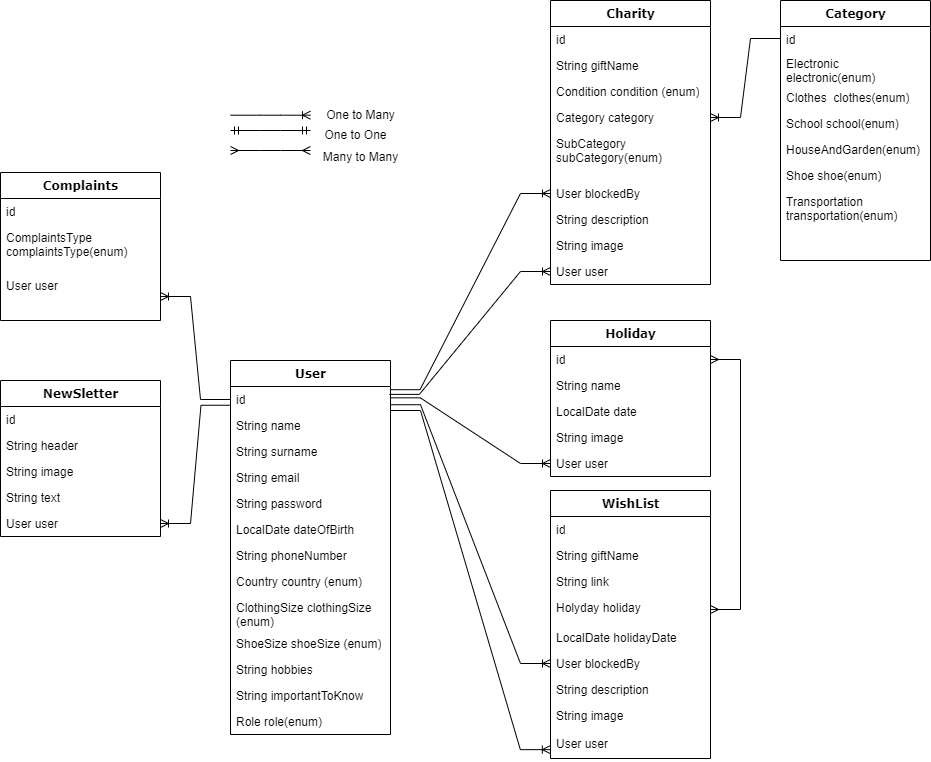
The draw.io diagram src/main/java/table/diagramm/Table diagramm-2.drawioT.png in peaksoft-school/giftlist-m2, before a commit. Source tidied: cells renumbered, new cells last; positions are measured from the earlier drawing's top-left corner, leaving out a move shared by most shapes.
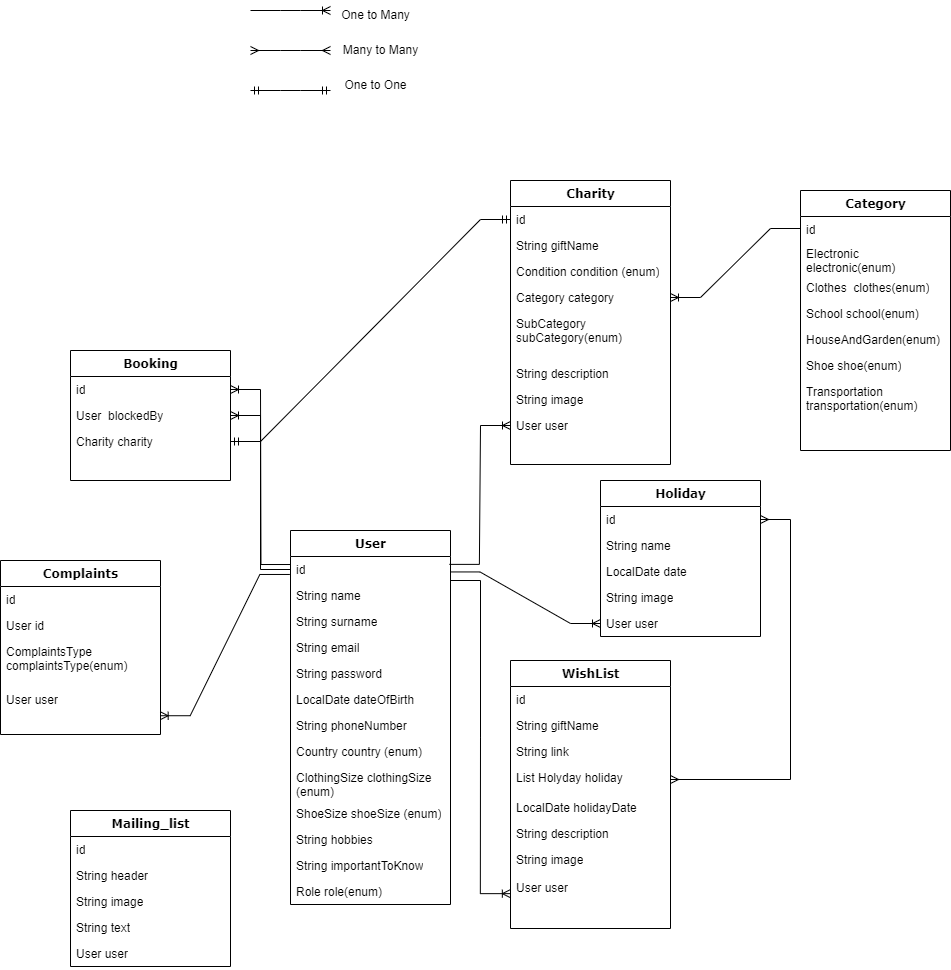
Later version of the same file.

Commit message:
change Table diagramm4

The edit, as a diff of the source:
```diff
@@ -45,7 +45,7 @@
       <mxGeometry y="348" width="160" height="26" as="geometry" />
     </mxCell>
     <mxCell id="16" value="Holiday" style="swimlane;html=1;fontStyle=1;align=center;verticalAlign=top;horizontal=1;startSize=26;swimlaneFillColor=#ffffff;rounded=0;shadow=0;comic=0;labelBackgroundColor=none;strokeWidth=1;fillColor=none;fontFamily=Verdana;fontSize=12;" parent="1" vertex="1">
-      <mxGeometry x="550" y="320" width="160" height="156" as="geometry" />
+      <mxGeometry x="540" y="310" width="160" height="156" as="geometry" />
     </mxCell>
     <mxCell id="17" value="id" style="text;html=1;strokeColor=none;fillColor=none;align=left;verticalAlign=top;spacingLeft=4;spacingRight=4;whiteSpace=wrap;overflow=hidden;points=[[0,0.5],[1,0.5]];portConstraint=eastwest;" parent="16" vertex="1">
       <mxGeometry y="26" width="160" height="26" as="geometry" />
@@ -63,7 +63,7 @@
       <mxGeometry y="130" width="160" height="26" as="geometry" />
     </mxCell>
     <mxCell id="22" value="WishList" style="swimlane;html=1;fontStyle=1;align=center;verticalAlign=top;horizontal=1;startSize=26;swimlaneFillColor=#ffffff;rounded=0;shadow=0;comic=0;labelBackgroundColor=none;strokeWidth=1;fillColor=none;fontFamily=Verdana;fontSize=12;" parent="1" vertex="1">
-      <mxGeometry x="550" y="490" width="160" height="268" as="geometry" />
+      <mxGeometry x="450" y="490" width="160" height="268" as="geometry" />
     </mxCell>
     <mxCell id="23" value="id" style="text;html=1;strokeColor=none;fillColor=none;align=left;verticalAlign=top;spacingLeft=4;spacingRight=4;whiteSpace=wrap;overflow=hidden;" parent="22" vertex="1">
       <mxGeometry y="26" width="160" height="26" as="geometry" />
@@ -74,26 +74,23 @@
     <mxCell id="25" value="String link" style="text;html=1;strokeColor=none;fillColor=none;align=left;verticalAlign=top;spacingLeft=4;spacingRight=4;whiteSpace=wrap;overflow=hidden;" parent="22" vertex="1">
       <mxGeometry y="78" width="160" height="26" as="geometry" />
     </mxCell>
-    <mxCell id="26" value="Holyday holiday" style="text;html=1;strokeColor=none;fillColor=none;align=left;verticalAlign=top;spacingLeft=4;spacingRight=4;whiteSpace=wrap;overflow=hidden;points=[[0,0.5],[1,0.5]];portConstraint=eastwest;" parent="22" vertex="1">
+    <mxCell id="26" value="List Holyday holiday" style="text;html=1;strokeColor=none;fillColor=none;align=left;verticalAlign=top;spacingLeft=4;spacingRight=4;whiteSpace=wrap;overflow=hidden;points=[[0,0.5],[1,0.5]];portConstraint=eastwest;" parent="22" vertex="1">
       <mxGeometry y="104" width="160" height="30" as="geometry" />
     </mxCell>
     <mxCell id="27" value="LocalDate holidayDate" style="text;html=1;strokeColor=none;fillColor=none;align=left;verticalAlign=top;spacingLeft=4;spacingRight=4;whiteSpace=wrap;overflow=hidden;" parent="22" vertex="1">
       <mxGeometry y="134" width="160" height="26" as="geometry" />
     </mxCell>
-    <mxCell id="28" value="User blockedBy" style="text;html=1;strokeColor=none;fillColor=none;align=left;verticalAlign=top;spacingLeft=4;spacingRight=4;whiteSpace=wrap;overflow=hidden;points=[[0,0.5],[1,0.5]];portConstraint=eastwest;" parent="22" vertex="1">
-      <mxGeometry y="160" width="160" height="26" as="geometry" />
-    </mxCell>
     <mxCell id="29" value="String description" style="text;html=1;strokeColor=none;fillColor=none;align=left;verticalAlign=top;spacingLeft=4;spacingRight=4;whiteSpace=wrap;overflow=hidden;" parent="22" vertex="1">
-      <mxGeometry y="186" width="160" height="26" as="geometry" />
+      <mxGeometry y="160" width="160" height="26" as="geometry" />
     </mxCell>
     <mxCell id="30" value="String image" style="text;html=1;strokeColor=none;fillColor=none;align=left;verticalAlign=top;spacingLeft=4;spacingRight=4;whiteSpace=wrap;overflow=hidden;" parent="22" vertex="1">
-      <mxGeometry y="212" width="160" height="28" as="geometry" />
+      <mxGeometry y="186" width="160" height="28" as="geometry" />
     </mxCell>
     <mxCell id="31" value="User user" style="text;html=1;strokeColor=none;fillColor=none;align=left;verticalAlign=top;spacingLeft=4;spacingRight=4;whiteSpace=wrap;overflow=hidden;points=[[0,0.5],[1,0.5]];portConstraint=eastwest;" parent="22" vertex="1">
-      <mxGeometry y="240" width="160" height="28" as="geometry" />
+      <mxGeometry y="214" width="160" height="28" as="geometry" />
     </mxCell>
     <mxCell id="32" value="Charity" style="swimlane;html=1;fontStyle=1;align=center;verticalAlign=top;horizontal=1;startSize=26;swimlaneFillColor=#ffffff;rounded=0;shadow=0;comic=0;labelBackgroundColor=none;strokeWidth=1;fillColor=none;fontFamily=Verdana;fontSize=12;" parent="1" vertex="1">
-      <mxGeometry x="550" width="160" height="284" as="geometry" />
+      <mxGeometry x="450" y="10" width="160" height="284" as="geometry" />
     </mxCell>
     <mxCell id="33" value="id" style="text;html=1;strokeColor=none;fillColor=none;align=left;verticalAlign=top;spacingLeft=4;spacingRight=4;whiteSpace=wrap;overflow=hidden;points=[[0,0.5],[1,0.5]];portConstraint=eastwest;" parent="32" vertex="1">
       <mxGeometry y="26" width="160" height="26" as="geometry" />
@@ -110,20 +107,17 @@
     <mxCell id="37" value="SubCategory subCategory(enum)" style="text;html=1;strokeColor=none;fillColor=none;align=left;verticalAlign=top;spacingLeft=4;spacingRight=4;whiteSpace=wrap;overflow=hidden;" parent="32" vertex="1">
       <mxGeometry y="130" width="160" height="50" as="geometry" />
     </mxCell>
-    <mxCell id="38" value="User blockedBy" style="text;html=1;strokeColor=none;fillColor=none;align=left;verticalAlign=top;spacingLeft=4;spacingRight=4;whiteSpace=wrap;overflow=hidden;points=[[0,0.5],[1,0.5]];portConstraint=eastwest;" parent="32" vertex="1">
-      <mxGeometry y="180" width="160" height="26" as="geometry" />
-    </mxCell>
     <mxCell id="39" value="String description" style="text;html=1;strokeColor=none;fillColor=none;align=left;verticalAlign=top;spacingLeft=4;spacingRight=4;whiteSpace=wrap;overflow=hidden;" parent="32" vertex="1">
-      <mxGeometry y="206" width="160" height="26" as="geometry" />
+      <mxGeometry y="180" width="160" height="26" as="geometry" />
     </mxCell>
     <mxCell id="40" value="String image" style="text;html=1;strokeColor=none;fillColor=none;align=left;verticalAlign=top;spacingLeft=4;spacingRight=4;whiteSpace=wrap;overflow=hidden;" parent="32" vertex="1">
-      <mxGeometry y="232" width="160" height="26" as="geometry" />
+      <mxGeometry y="206" width="160" height="26" as="geometry" />
     </mxCell>
     <mxCell id="41" value="User user" style="text;html=1;strokeColor=none;fillColor=none;align=left;verticalAlign=top;spacingLeft=4;spacingRight=4;whiteSpace=wrap;overflow=hidden;points=[[0,0.5],[1,0.5]];portConstraint=eastwest;" parent="32" vertex="1">
-      <mxGeometry y="258" width="160" height="26" as="geometry" />
+      <mxGeometry y="232" width="160" height="26" as="geometry" />
     </mxCell>
     <mxCell id="42" value="Category" style="swimlane;html=1;fontStyle=1;align=center;verticalAlign=top;horizontal=1;startSize=26;swimlaneFillColor=#ffffff;rounded=0;shadow=0;comic=0;labelBackgroundColor=none;strokeWidth=1;fillColor=none;fontFamily=Verdana;fontSize=12;" parent="1" vertex="1">
-      <mxGeometry x="780" width="150" height="260" as="geometry" />
+      <mxGeometry x="740" y="20" width="150" height="260" as="geometry" />
     </mxCell>
     <mxCell id="43" value="id" style="text;html=1;strokeColor=none;fillColor=none;align=left;verticalAlign=top;spacingLeft=4;spacingRight=4;whiteSpace=wrap;overflow=hidden;points=[[0,0.5],[1,0.5]];portConstraint=eastwest;" parent="42" vertex="1">
       <mxGeometry y="26" width="150" height="24" as="geometry" />
@@ -146,8 +140,8 @@
     <mxCell id="49" value="Transportation transportation(enum)" style="text;html=1;strokeColor=none;fillColor=none;align=left;verticalAlign=top;spacingLeft=4;spacingRight=4;whiteSpace=wrap;overflow=hidden;" parent="42" vertex="1">
       <mxGeometry y="188" width="150" height="42" as="geometry" />
     </mxCell>
-    <mxCell id="50" value="NewSletter" style="swimlane;html=1;fontStyle=1;align=center;verticalAlign=top;horizontal=1;startSize=26;swimlaneFillColor=#ffffff;rounded=0;shadow=0;comic=0;labelBackgroundColor=none;strokeWidth=1;fillColor=none;fontFamily=Verdana;fontSize=12;" parent="1" vertex="1">
-      <mxGeometry y="380" width="160" height="156" as="geometry" />
+    <mxCell id="50" value="Mailing_list" style="swimlane;html=1;fontStyle=1;align=center;verticalAlign=top;horizontal=1;startSize=26;swimlaneFillColor=#ffffff;rounded=0;shadow=0;comic=0;labelBackgroundColor=none;strokeWidth=1;fillColor=none;fontFamily=Verdana;fontSize=12;" parent="1" vertex="1">
+      <mxGeometry x="10" y="640" width="160" height="156" as="geometry" />
     </mxCell>
     <mxCell id="51" value="id" style="text;html=1;strokeColor=none;fillColor=none;align=left;verticalAlign=top;spacingLeft=4;spacingRight=4;whiteSpace=wrap;overflow=hidden;" parent="50" vertex="1">
       <mxGeometry y="26" width="160" height="26" as="geometry" />
@@ -164,62 +158,59 @@
     <mxCell id="55" value="User user" style="text;html=1;strokeColor=none;fillColor=none;align=left;verticalAlign=top;spacingLeft=4;spacingRight=4;whiteSpace=wrap;overflow=hidden;points=[[0,0.5],[1,0.5]];portConstraint=eastwest;" parent="50" vertex="1">
       <mxGeometry y="130" width="160" height="26" as="geometry" />
     </mxCell>
-    <mxCell id="56" style="edgeStyle=entityRelationEdgeStyle;fontSize=12;html=1;endArrow=ERoneToMany;rounded=0;exitX=0.997;exitY=0.123;exitDx=0;exitDy=0;exitPerimeter=0;entryX=0;entryY=0.5;entryDx=0;entryDy=0;" parent="1" edge="1" source="3" target="38">
-      <mxGeometry relative="1" as="geometry" />
-    </mxCell>
     <mxCell id="57" style="edgeStyle=entityRelationEdgeStyle;fontSize=12;html=1;endArrow=ERoneToMany;rounded=0;entryX=1;entryY=0.5;entryDx=0;entryDy=0;exitX=0;exitY=0.5;exitDx=0;exitDy=0;" parent="1" edge="1" source="43" target="36">
       <mxGeometry relative="1" as="geometry" />
     </mxCell>
-    <mxCell id="58" style="edgeStyle=entityRelationEdgeStyle;fontSize=12;html=1;endArrow=ERoneToMany;rounded=0;entryX=0;entryY=0.5;entryDx=0;entryDy=0;exitX=1;exitY=0.701;exitDx=0;exitDy=0;exitPerimeter=0;" parent="1" edge="1" source="3" target="28">
-      <mxGeometry relative="1" as="geometry" />
-    </mxCell>
     <mxCell id="59" style="edgeStyle=entityRelationEdgeStyle;fontSize=12;html=1;endArrow=ERmany;startArrow=ERmany;rounded=0;exitX=1;exitY=0.5;exitDx=0;exitDy=0;" parent="1" edge="1" source="26" target="17">
       <mxGeometry relative="1" as="geometry" />
     </mxCell>
-    <mxCell id="60" style="edgeStyle=entityRelationEdgeStyle;fontSize=12;html=1;endArrow=ERoneToMany;rounded=0;exitX=0.999;exitY=0.436;exitDx=0;exitDy=0;exitPerimeter=0;" parent="1" edge="1" source="3" target="21">
+    <mxCell id="60" style="edgeStyle=entityRelationEdgeStyle;fontSize=12;html=1;endArrow=ERoneToMany;rounded=0;exitX=0.997;exitY=0.594;exitDx=0;exitDy=0;exitPerimeter=0;" parent="1" edge="1" source="3" target="21">
       <mxGeometry relative="1" as="geometry" />
     </mxCell>
     <mxCell id="61" value="Complaints" style="swimlane;html=1;fontStyle=1;align=center;verticalAlign=top;horizontal=1;startSize=26;swimlaneFillColor=#ffffff;rounded=0;shadow=0;comic=0;labelBackgroundColor=none;strokeWidth=1;fillColor=none;fontFamily=Verdana;fontSize=12;" parent="1" vertex="1">
-      <mxGeometry y="172" width="160" height="148" as="geometry" />
+      <mxGeometry x="-60" y="390" width="160" height="174" as="geometry" />
     </mxCell>
     <mxCell id="62" value="id" style="text;html=1;strokeColor=none;fillColor=none;align=left;verticalAlign=top;spacingLeft=4;spacingRight=4;whiteSpace=wrap;overflow=hidden;" parent="61" vertex="1">
       <mxGeometry y="26" width="160" height="26" as="geometry" />
     </mxCell>
+    <mxCell id="75" value="User id" style="text;html=1;strokeColor=none;fillColor=none;align=left;verticalAlign=top;spacingLeft=4;spacingRight=4;whiteSpace=wrap;overflow=hidden;" parent="61" vertex="1">
+      <mxGeometry y="52" width="160" height="26" as="geometry" />
+    </mxCell>
     <mxCell id="63" value="ComplaintsType complaintsType(enum)" style="text;html=1;strokeColor=none;fillColor=none;align=left;verticalAlign=top;spacingLeft=4;spacingRight=4;whiteSpace=wrap;overflow=hidden;" parent="61" vertex="1">
-      <mxGeometry y="52" width="160" height="48" as="geometry" />
+      <mxGeometry y="78" width="160" height="48" as="geometry" />
     </mxCell>
     <mxCell id="64" value="User user" style="text;html=1;strokeColor=none;fillColor=none;align=left;verticalAlign=top;spacingLeft=4;spacingRight=4;whiteSpace=wrap;overflow=hidden;points=[[0,0.5],[1,0.5]];portConstraint=eastwest;" parent="61" vertex="1">
-      <mxGeometry y="100" width="160" height="48" as="geometry" />
+      <mxGeometry y="126" width="160" height="48" as="geometry" />
     </mxCell>
-    <mxCell id="65" style="edgeStyle=entityRelationEdgeStyle;fontSize=12;html=1;endArrow=ERoneToMany;rounded=0;" parent="1" edge="1" source="3" target="64">
+    <mxCell id="65" style="edgeStyle=entityRelationEdgeStyle;fontSize=12;html=1;endArrow=ERoneToMany;rounded=0;entryX=0.998;entryY=0.609;entryDx=0;entryDy=0;entryPerimeter=0;exitX=-0.004;exitY=0.691;exitDx=0;exitDy=0;exitPerimeter=0;" parent="1" edge="1" source="3" target="64">
       <mxGeometry relative="1" as="geometry" />
     </mxCell>
     <mxCell id="66" style="edgeStyle=entityRelationEdgeStyle;fontSize=12;html=1;endArrow=ERoneToMany;rounded=0;" parent="1" edge="1">
       <mxGeometry relative="1" as="geometry">
-        <mxPoint x="230" y="114.7" as="sourcePoint" />
-        <mxPoint x="310" y="114.7" as="targetPoint" />
+        <mxPoint x="190" y="-160" as="sourcePoint" />
+        <mxPoint x="270" y="-160" as="targetPoint" />
       </mxGeometry>
     </mxCell>
     <mxCell id="67" style="edgeStyle=entityRelationEdgeStyle;fontSize=12;html=1;endArrow=ERmany;startArrow=ERmany;rounded=0;" parent="1" edge="1">
       <mxGeometry relative="1" as="geometry">
-        <mxPoint x="230" y="150" as="sourcePoint" />
-        <mxPoint x="310" y="150" as="targetPoint" />
+        <mxPoint x="190" y="-120" as="sourcePoint" />
+        <mxPoint x="270" y="-120" as="targetPoint" />
       </mxGeometry>
     </mxCell>
     <mxCell id="68" style="edgeStyle=entityRelationEdgeStyle;fontSize=12;html=1;endArrow=ERmandOne;startArrow=ERmandOne;rounded=0;" parent="1" edge="1">
       <mxGeometry relative="1" as="geometry">
-        <mxPoint x="230" y="130" as="sourcePoint" />
-        <mxPoint x="310" y="130" as="targetPoint" />
+        <mxPoint x="190" y="-80" as="sourcePoint" />
+        <mxPoint x="270" y="-80" as="targetPoint" />
       </mxGeometry>
     </mxCell>
     <mxCell id="69" value="One to Many" style="text;html=1;align=center;verticalAlign=middle;strokeColor=none;fillColor=none;" parent="1" vertex="1">
-      <mxGeometry x="315" y="100" width="90" height="30" as="geometry" />
+      <mxGeometry x="270" y="-170" width="90" height="30" as="geometry" />
     </mxCell>
     <mxCell id="70" value="Many to Many" style="text;html=1;align=center;verticalAlign=middle;strokeColor=none;fillColor=none;" parent="1" vertex="1">
-      <mxGeometry x="310" y="142" width="100" height="30" as="geometry" />
+      <mxGeometry x="270" y="-135" width="100" height="30" as="geometry" />
     </mxCell>
     <mxCell id="71" value="One to One" style="text;html=1;align=center;verticalAlign=middle;strokeColor=none;fillColor=none;" parent="1" vertex="1">
-      <mxGeometry x="310" y="120" width="90" height="30" as="geometry" />
+      <mxGeometry x="270" y="-100" width="90" height="30" as="geometry" />
     </mxCell>
     <mxCell id="72" style="edgeStyle=entityRelationEdgeStyle;fontSize=12;html=1;endArrow=ERoneToMany;rounded=0;exitX=1;exitY=0.923;exitDx=0;exitDy=0;exitPerimeter=0;entryX=-0.001;entryY=0.684;entryDx=0;entryDy=0;entryPerimeter=0;" parent="1" edge="1" source="3" target="31">
       <mxGeometry relative="1" as="geometry" />
@@ -227,8 +218,26 @@
     <mxCell id="73" style="edgeStyle=entityRelationEdgeStyle;fontSize=12;html=1;endArrow=ERoneToMany;rounded=0;exitX=0.993;exitY=0.303;exitDx=0;exitDy=0;exitPerimeter=0;" parent="1" edge="1" source="3" target="41">
       <mxGeometry relative="1" as="geometry" />
     </mxCell>
-    <mxCell id="74" style="edgeStyle=entityRelationEdgeStyle;fontSize=12;html=1;endArrow=ERoneToMany;rounded=0;exitX=0.003;exitY=0.721;exitDx=0;exitDy=0;exitPerimeter=0;" parent="1" edge="1" source="3" target="55">
-      <mxGeometry relative="1" as="geometry" />
-    </mxCell>
+    <mxCell id="76" value="Booking" style="swimlane;html=1;fontStyle=1;align=center;verticalAlign=top;horizontal=1;startSize=26;swimlaneFillColor=#ffffff;rounded=0;shadow=0;comic=0;labelBackgroundColor=none;strokeWidth=1;fillColor=none;fontFamily=Verdana;fontSize=12;" parent="1" vertex="1">
+      <mxGeometry x="10" y="180" width="160" height="130" as="geometry" />
+    </mxCell>
+    <mxCell id="77" value="id" style="text;html=1;strokeColor=none;fillColor=none;align=left;verticalAlign=top;spacingLeft=4;spacingRight=4;whiteSpace=wrap;overflow=hidden;points=[[0,0.5],[1,0.5]];portConstraint=eastwest;" parent="76" vertex="1">
+      <mxGeometry y="26" width="160" height="26" as="geometry" />
+    </mxCell>
+    <mxCell id="78" value="User&amp;nbsp; blockedBy" style="text;html=1;strokeColor=none;fillColor=none;align=left;verticalAlign=top;spacingLeft=4;spacingRight=4;whiteSpace=wrap;overflow=hidden;points=[[0,0.5],[1,0.5]];portConstraint=eastwest;" parent="76" vertex="1">
+      <mxGeometry y="52" width="160" height="26" as="geometry" />
+    </mxCell>
+    <mxCell id="79" value="Charity charity" style="text;html=1;strokeColor=none;fillColor=none;align=left;verticalAlign=top;spacingLeft=4;spacingRight=4;whiteSpace=wrap;overflow=hidden;points=[[0,0.5],[1,0.5]];portConstraint=eastwest;" parent="76" vertex="1">
+      <mxGeometry y="78" width="160" height="26" as="geometry" />
+    </mxCell>
+    <mxCell id="80" style="edgeStyle=entityRelationEdgeStyle;fontSize=12;html=1;endArrow=ERoneToMany;rounded=0;exitX=0.003;exitY=0.308;exitDx=0;exitDy=0;exitPerimeter=0;" parent="1" edge="1" source="3" target="77">
+      <mxGeometry relative="1" as="geometry" />
+    </mxCell>
+    <mxCell id="81" style="edgeStyle=entityRelationEdgeStyle;fontSize=12;html=1;endArrow=ERoneToMany;rounded=0;exitX=0;exitY=0.5;exitDx=0;exitDy=0;" parent="1" edge="1" source="3" target="78">
+      <mxGeometry relative="1" as="geometry" />
+    </mxCell>
+    <mxCell id="82" style="edgeStyle=entityRelationEdgeStyle;fontSize=12;html=1;endArrow=ERmandOne;startArrow=ERmandOne;rounded=0;" parent="1" edge="1" source="79" target="33">
+      <mxGeometry relative="1" as="geometry" />
+    </mxCell>
   </root>
 </mxGraphModel>
```
